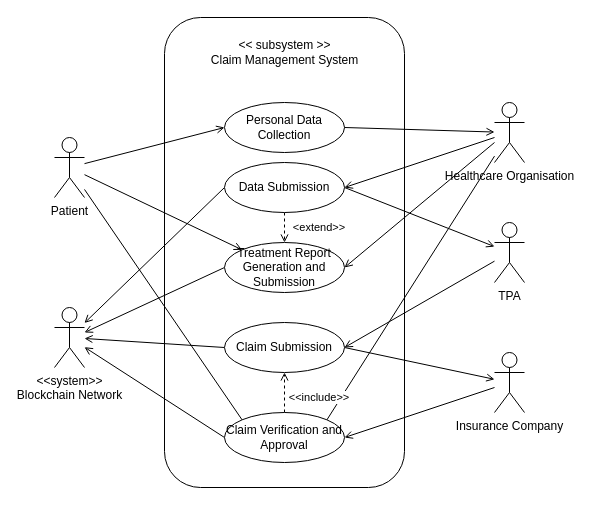
Earlier version of the draw.io diagram Untitled Diagram.drawio (jkt10125/healthcare-claim-processing-system). Source tidied: cells renumbered, new cells numbered last; positions are measured from the earlier drawing's top-left corner, leaving out a move shared by most shapes. Both pictures are drawn from the tidied source at 100%, with x=0, y=0 at pixel (54, 17).
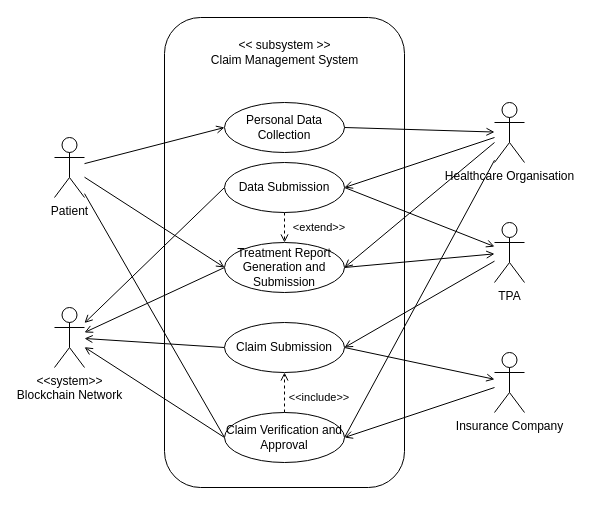
The same page after the edit.

The change refers to these unchanged cells:
```xml
<mxCell id="2" value="&lt;div&gt;Patient&lt;/div&gt;" style="shape=umlActor;verticalLabelPosition=bottom;verticalAlign=top;html=1;outlineConnect=0;" parent="1" vertex="1">
  <mxGeometry y="120" width="30" height="60" as="geometry" />
</mxCell>
<mxCell id="6" value="Healthcare Organisation" style="shape=umlActor;verticalLabelPosition=bottom;verticalAlign=top;html=1;outlineConnect=0;" parent="1" vertex="1">
  <mxGeometry x="440" y="85" width="30" height="60" as="geometry" />
</mxCell>
<mxCell id="7" value="TPA" style="shape=umlActor;verticalLabelPosition=bottom;verticalAlign=top;html=1;outlineConnect=0;" parent="1" vertex="1">
  <mxGeometry x="440" y="205" width="30" height="60" as="geometry" />
</mxCell>
<mxCell id="15" value="Data Submission" style="ellipse;whiteSpace=wrap;html=1;" parent="1" vertex="1">
  <mxGeometry x="170" y="145" width="120" height="50" as="geometry" />
</mxCell>
<mxCell id="19" value="Treatment Report Generation and Submission" style="ellipse;whiteSpace=wrap;html=1;" parent="1" vertex="1">
  <mxGeometry x="170" y="225" width="120" height="50" as="geometry" />
</mxCell>
<mxCell id="29" value="Claim Verification and Approval" style="ellipse;whiteSpace=wrap;html=1;" parent="1" vertex="1">
  <mxGeometry x="170" y="395" width="120" height="50" as="geometry" />
</mxCell>
```

Change to the diagram source:
```diff
@@
-    <mxCell id="11" style="rounded=0;jettySize=auto;html=1;entryX=1;entryY=0.5;entryDx=0;entryDy=0;endArrow=open;endFill=0;" parent="1" edge="1" source="6" target="15">
+    <mxCell id="11" style="rounded=0;jettySize=auto;html=1;entryX=1;entryY=0.5;entryDx=0;entryDy=0;endArrow=open;endFill=0;strokeColor=default;curved=0;" parent="1" edge="1" source="6" target="15">
       <mxGeometry relative="1" as="geometry" />
     </mxCell>
@@
-    <mxCell id="18" style="edgeStyle=none;shape=connector;rounded=0;jettySize=auto;html=1;strokeColor=default;align=center;verticalAlign=middle;fontFamily=Helvetica;fontSize=11;fontColor=default;labelBackgroundColor=default;endArrow=open;endFill=0;entryX=0;entryY=0;entryDx=0;entryDy=0;" parent="1" edge="1" source="2" target="19">
-      <mxGeometry relative="1" as="geometry" />
+    <mxCell id="18" style="edgeStyle=none;shape=connector;rounded=0;jettySize=auto;html=1;strokeColor=default;align=center;verticalAlign=middle;fontFamily=Helvetica;fontSize=11;fontColor=default;labelBackgroundColor=default;endArrow=open;endFill=0;" parent="1" edge="1" source="2">
+      <mxGeometry relative="1" as="geometry">
+        <mxPoint x="170" y="250" as="targetPoint" />
+      </mxGeometry>
     </mxCell>
+    <mxCell id="33" style="rounded=0;jettySize=auto;html=1;exitX=1;exitY=0.5;exitDx=0;exitDy=0;endArrow=open;endFill=0;" parent="1" edge="1" source="19" target="7">
+      <mxGeometry relative="1" as="geometry" />
+    </mxCell>
@@
-    <mxCell id="27" style="edgeStyle=none;shape=connector;rounded=0;jettySize=auto;html=1;exitX=1;exitY=0;exitDx=0;exitDy=0;strokeColor=default;align=center;verticalAlign=middle;fontFamily=Helvetica;fontSize=11;fontColor=default;labelBackgroundColor=default;endArrow=none;endFill=0;" parent="1" edge="1" source="29" target="6">
+    <mxCell id="27" style="edgeStyle=none;shape=connector;rounded=0;jettySize=auto;html=1;exitX=1;exitY=0.5;exitDx=0;exitDy=0;strokeColor=default;align=center;verticalAlign=middle;fontFamily=Helvetica;fontSize=11;fontColor=default;labelBackgroundColor=default;endArrow=none;endFill=0;" parent="1" edge="1" source="29" target="6">
       <mxGeometry relative="1" as="geometry" />
     </mxCell>
-    <mxCell id="28" style="edgeStyle=none;shape=connector;rounded=0;jettySize=auto;html=1;exitX=0;exitY=0;exitDx=0;exitDy=0;strokeColor=default;align=center;verticalAlign=middle;fontFamily=Helvetica;fontSize=11;fontColor=default;labelBackgroundColor=default;endArrow=none;endFill=0;" parent="1" edge="1" source="29" target="2">
+    <mxCell id="28" style="edgeStyle=none;shape=connector;rounded=0;jettySize=auto;html=1;strokeColor=default;align=center;verticalAlign=middle;fontFamily=Helvetica;fontSize=11;fontColor=default;labelBackgroundColor=default;endArrow=none;endFill=0;exitX=0;exitY=0.5;exitDx=0;exitDy=0;" parent="1" edge="1" source="29" target="2">
       <mxGeometry relative="1" as="geometry" />
     </mxCell>
```
